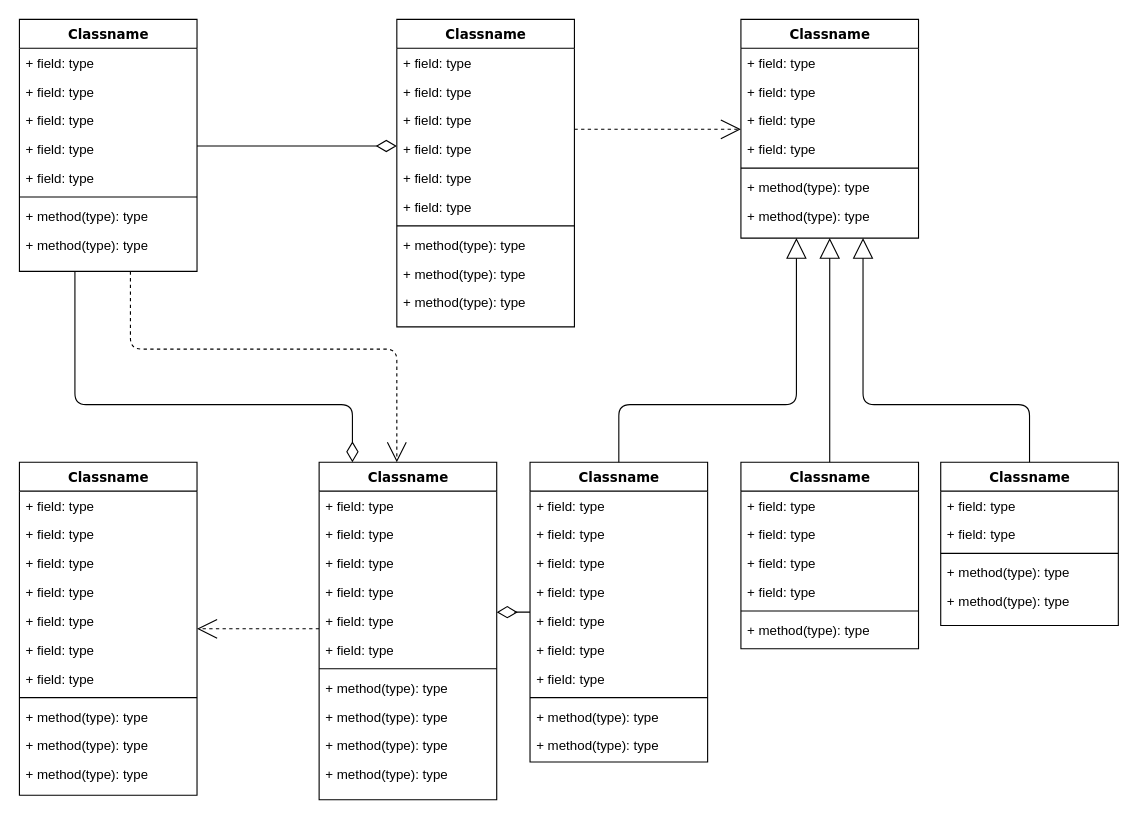
This is 未命名绘图.drawio from atom123/Draw, a draw.io file, before an edit. Source tidied: cells renumbered, new cells numbered last; positions are measured from the earlier drawing's top-left corner, leaving out a move shared by most shapes. Both pictures are drawn from the tidied source at 111%, with x=0, y=0 at pixel (19, 19).
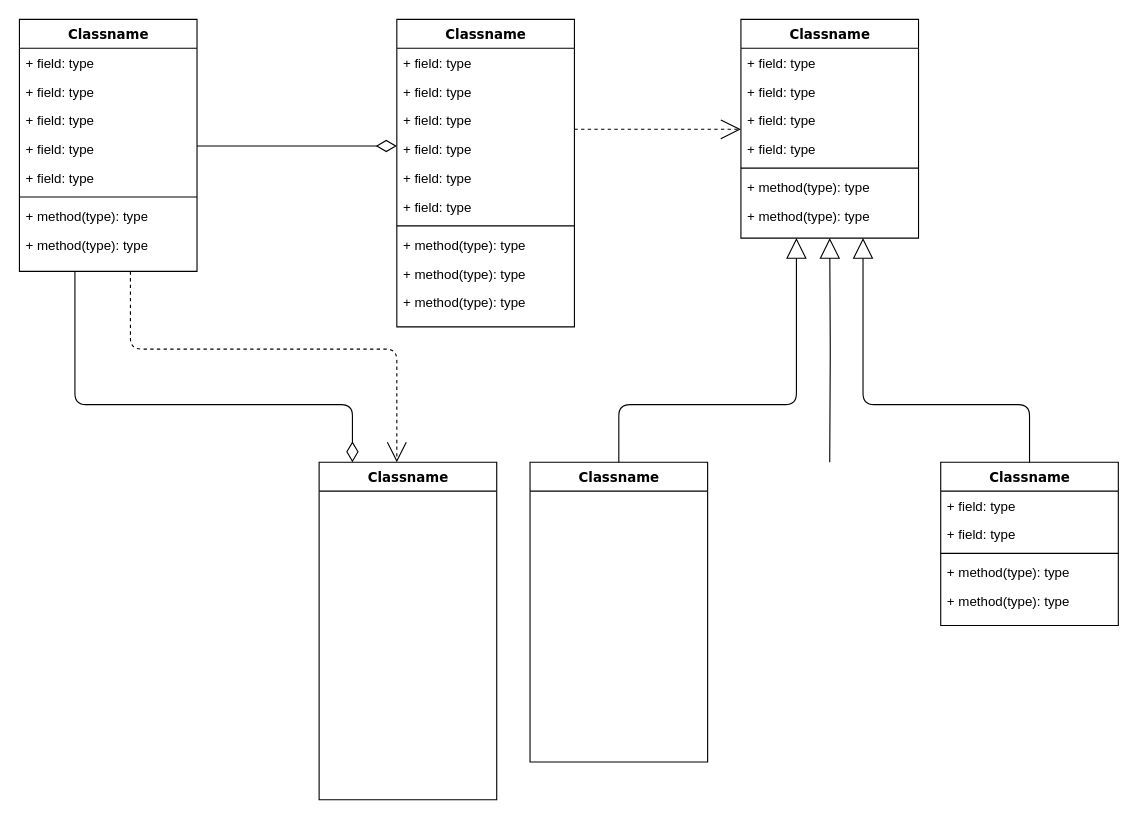
The same diagram, later.

Commit message:
Update 未命名绘图.drawio

Unchanged cells that the change refers to:
```xml
<mxCell id="25" value="Classname" style="swimlane;html=1;fontStyle=1;align=center;verticalAlign=top;horizontal=1;startSize=26;swimlaneFillColor=#ffffff;rounded=0;shadow=0;comic=0;labelBackgroundColor=none;strokeWidth=1;fillColor=none;fontFamily=Verdana;fontSize=12;" parent="1" vertex="1">
  <mxGeometry x="650" width="160" height="197" as="geometry" />
</mxCell>
<mxCell id="47" value="Classname" style="swimlane;html=1;fontStyle=1;align=center;verticalAlign=top;horizontal=1;startSize=26;swimlaneFillColor=#ffffff;rounded=0;shadow=0;comic=0;labelBackgroundColor=none;strokeWidth=1;fillColor=none;fontFamily=Verdana;fontSize=12;" parent="1" vertex="1">
  <mxGeometry x="270" y="399" width="160" height="304" as="geometry" />
</mxCell>
<mxCell id="60" value="Classname" style="swimlane;html=1;fontStyle=1;align=center;verticalAlign=top;horizontal=1;startSize=26;swimlaneFillColor=#ffffff;rounded=0;shadow=0;comic=0;labelBackgroundColor=none;strokeWidth=1;fillColor=none;fontFamily=Verdana;fontSize=12;" parent="1" vertex="1">
  <mxGeometry x="460" y="399" width="160" height="270" as="geometry" />
</mxCell>
```

Diff of the diagram source:
```diff
@@
-    <mxCell id="33" style="edgeStyle=elbowEdgeStyle;html=1;labelBackgroundColor=none;startFill=0;startSize=8;endArrow=open;endFill=0;endSize=16;fontFamily=Verdana;fontSize=12;elbow=vertical;dashed=1;" parent="1" edge="1" source="47" target="34">
-      <mxGeometry relative="1" as="geometry" />
-    </mxCell>
-    <mxCell id="34" value="Classname" style="swimlane;html=1;fontStyle=1;align=center;verticalAlign=top;horizontal=1;startSize=26;swimlaneFillColor=#ffffff;rounded=0;shadow=0;comic=0;labelBackgroundColor=none;strokeWidth=1;fillColor=none;fontFamily=Verdana;fontSize=12;" parent="1" vertex="1">
-      <mxGeometry y="399" width="160" height="300" as="geometry" />
-    </mxCell>
-    <mxCell id="35" value="+ field: type" style="text;html=1;strokeColor=none;fillColor=none;align=left;verticalAlign=top;spacingLeft=4;spacingRight=4;whiteSpace=wrap;overflow=hidden;" parent="34" vertex="1">
-      <mxGeometry y="26" width="160" height="26" as="geometry" />
-    </mxCell>
-    <mxCell id="36" value="+ field: type" style="text;html=1;strokeColor=none;fillColor=none;align=left;verticalAlign=top;spacingLeft=4;spacingRight=4;whiteSpace=wrap;overflow=hidden;" parent="34" vertex="1">
-      <mxGeometry y="52" width="160" height="26" as="geometry" />
-    </mxCell>
-    <mxCell id="37" value="+ field: type" style="text;html=1;strokeColor=none;fillColor=none;align=left;verticalAlign=top;spacingLeft=4;spacingRight=4;whiteSpace=wrap;overflow=hidden;" parent="34" vertex="1">
-      <mxGeometry y="78" width="160" height="26" as="geometry" />
-    </mxCell>
-    <mxCell id="38" value="+ field: type" style="text;html=1;strokeColor=none;fillColor=none;align=left;verticalAlign=top;spacingLeft=4;spacingRight=4;whiteSpace=wrap;overflow=hidden;" parent="34" vertex="1">
-      <mxGeometry y="104" width="160" height="26" as="geometry" />
-    </mxCell>
-    <mxCell id="39" value="+ field: type" style="text;html=1;strokeColor=none;fillColor=none;align=left;verticalAlign=top;spacingLeft=4;spacingRight=4;whiteSpace=wrap;overflow=hidden;" parent="34" vertex="1">
-      <mxGeometry y="130" width="160" height="26" as="geometry" />
-    </mxCell>
-    <mxCell id="40" value="+ field: type" style="text;html=1;strokeColor=none;fillColor=none;align=left;verticalAlign=top;spacingLeft=4;spacingRight=4;whiteSpace=wrap;overflow=hidden;" parent="34" vertex="1">
-      <mxGeometry y="156" width="160" height="26" as="geometry" />
-    </mxCell>
-    <mxCell id="41" value="+ field: type" style="text;html=1;strokeColor=none;fillColor=none;align=left;verticalAlign=top;spacingLeft=4;spacingRight=4;whiteSpace=wrap;overflow=hidden;" parent="34" vertex="1">
-      <mxGeometry y="182" width="160" height="26" as="geometry" />
-    </mxCell>
-    <mxCell id="42" style="line;html=1;strokeWidth=1;fillColor=none;align=left;verticalAlign=middle;spacingTop=-1;spacingLeft=3;spacingRight=3;labelPosition=right;" parent="34" vertex="1">
-      <mxGeometry y="208" width="160" height="8" as="geometry" />
-    </mxCell>
-    <mxCell id="43" value="+ method(type): type" style="text;html=1;strokeColor=none;fillColor=none;align=left;verticalAlign=top;spacingLeft=4;spacingRight=4;whiteSpace=wrap;overflow=hidden;" parent="34" vertex="1">
-      <mxGeometry y="216" width="160" height="26" as="geometry" />
-    </mxCell>
-    <mxCell id="44" value="+ method(type): type" style="text;html=1;strokeColor=none;fillColor=none;align=left;verticalAlign=top;spacingLeft=4;spacingRight=4;whiteSpace=wrap;overflow=hidden;" parent="34" vertex="1">
-      <mxGeometry y="242" width="160" height="26" as="geometry" />
-    </mxCell>
-    <mxCell id="45" value="+ method(type): type" style="text;html=1;strokeColor=none;fillColor=none;align=left;verticalAlign=top;spacingLeft=4;spacingRight=4;whiteSpace=wrap;overflow=hidden;" parent="34" vertex="1">
-      <mxGeometry y="268" width="160" height="26" as="geometry" />
-    </mxCell>
-    <mxCell id="46" style="edgeStyle=elbowEdgeStyle;html=1;labelBackgroundColor=none;startFill=0;startSize=8;endArrow=diamondThin;endFill=0;endSize=16;fontFamily=Verdana;fontSize=12;elbow=vertical;" parent="1" edge="1" source="60" target="47">
-      <mxGeometry relative="1" as="geometry" />
-    </mxCell>
@@
-    <mxCell id="48" value="+ field: type" style="text;html=1;strokeColor=none;fillColor=none;align=left;verticalAlign=top;spacingLeft=4;spacingRight=4;whiteSpace=wrap;overflow=hidden;" parent="47" vertex="1">
-      <mxGeometry y="26" width="160" height="26" as="geometry" />
-    </mxCell>
-    <mxCell id="49" value="+ field: type" style="text;html=1;strokeColor=none;fillColor=none;align=left;verticalAlign=top;spacingLeft=4;spacingRight=4;whiteSpace=wrap;overflow=hidden;" parent="47" vertex="1">
-      <mxGeometry y="52" width="160" height="26" as="geometry" />
-    </mxCell>
-    <mxCell id="50" value="+ field: type" style="text;html=1;strokeColor=none;fillColor=none;align=left;verticalAlign=top;spacingLeft=4;spacingRight=4;whiteSpace=wrap;overflow=hidden;" parent="47" vertex="1">
-      <mxGeometry y="78" width="160" height="26" as="geometry" />
-    </mxCell>
-    <mxCell id="51" value="+ field: type" style="text;html=1;strokeColor=none;fillColor=none;align=left;verticalAlign=top;spacingLeft=4;spacingRight=4;whiteSpace=wrap;overflow=hidden;" parent="47" vertex="1">
-      <mxGeometry y="104" width="160" height="26" as="geometry" />
-    </mxCell>
-    <mxCell id="52" value="+ field: type" style="text;html=1;strokeColor=none;fillColor=none;align=left;verticalAlign=top;spacingLeft=4;spacingRight=4;whiteSpace=wrap;overflow=hidden;" parent="47" vertex="1">
-      <mxGeometry y="130" width="160" height="26" as="geometry" />
-    </mxCell>
-    <mxCell id="53" value="+ field: type" style="text;html=1;strokeColor=none;fillColor=none;align=left;verticalAlign=top;spacingLeft=4;spacingRight=4;whiteSpace=wrap;overflow=hidden;" parent="47" vertex="1">
-      <mxGeometry y="156" width="160" height="26" as="geometry" />
-    </mxCell>
-    <mxCell id="54" style="line;html=1;strokeWidth=1;fillColor=none;align=left;verticalAlign=middle;spacingTop=-1;spacingLeft=3;spacingRight=3;labelPosition=right;" parent="47" vertex="1">
-      <mxGeometry y="182" width="160" height="8" as="geometry" />
-    </mxCell>
-    <mxCell id="55" value="+ method(type): type" style="text;html=1;strokeColor=none;fillColor=none;align=left;verticalAlign=top;spacingLeft=4;spacingRight=4;whiteSpace=wrap;overflow=hidden;" parent="47" vertex="1">
-      <mxGeometry y="190" width="160" height="26" as="geometry" />
-    </mxCell>
-    <mxCell id="56" value="+ method(type): type" style="text;html=1;strokeColor=none;fillColor=none;align=left;verticalAlign=top;spacingLeft=4;spacingRight=4;whiteSpace=wrap;overflow=hidden;" parent="47" vertex="1">
-      <mxGeometry y="216" width="160" height="26" as="geometry" />
-    </mxCell>
-    <mxCell id="57" value="+ method(type): type" style="text;html=1;strokeColor=none;fillColor=none;align=left;verticalAlign=top;spacingLeft=4;spacingRight=4;whiteSpace=wrap;overflow=hidden;" parent="47" vertex="1">
-      <mxGeometry y="242" width="160" height="26" as="geometry" />
-    </mxCell>
-    <mxCell id="58" value="+ method(type): type" style="text;html=1;strokeColor=none;fillColor=none;align=left;verticalAlign=top;spacingLeft=4;spacingRight=4;whiteSpace=wrap;overflow=hidden;" parent="47" vertex="1">
-      <mxGeometry y="268" width="160" height="26" as="geometry" />
-    </mxCell>
@@
-    <mxCell id="61" value="+ field: type" style="text;html=1;strokeColor=none;fillColor=none;align=left;verticalAlign=top;spacingLeft=4;spacingRight=4;whiteSpace=wrap;overflow=hidden;" parent="60" vertex="1">
-      <mxGeometry y="26" width="160" height="26" as="geometry" />
-    </mxCell>
-    <mxCell id="62" value="+ field: type" style="text;html=1;strokeColor=none;fillColor=none;align=left;verticalAlign=top;spacingLeft=4;spacingRight=4;whiteSpace=wrap;overflow=hidden;" parent="60" vertex="1">
-      <mxGeometry y="52" width="160" height="26" as="geometry" />
-    </mxCell>
-    <mxCell id="63" value="+ field: type" style="text;html=1;strokeColor=none;fillColor=none;align=left;verticalAlign=top;spacingLeft=4;spacingRight=4;whiteSpace=wrap;overflow=hidden;" parent="60" vertex="1">
-      <mxGeometry y="78" width="160" height="26" as="geometry" />
-    </mxCell>
-    <mxCell id="64" value="+ field: type" style="text;html=1;strokeColor=none;fillColor=none;align=left;verticalAlign=top;spacingLeft=4;spacingRight=4;whiteSpace=wrap;overflow=hidden;" parent="60" vertex="1">
-      <mxGeometry y="104" width="160" height="26" as="geometry" />
-    </mxCell>
-    <mxCell id="65" value="+ field: type" style="text;html=1;strokeColor=none;fillColor=none;align=left;verticalAlign=top;spacingLeft=4;spacingRight=4;whiteSpace=wrap;overflow=hidden;" parent="60" vertex="1">
-      <mxGeometry y="130" width="160" height="26" as="geometry" />
-    </mxCell>
-    <mxCell id="66" value="+ field: type" style="text;html=1;strokeColor=none;fillColor=none;align=left;verticalAlign=top;spacingLeft=4;spacingRight=4;whiteSpace=wrap;overflow=hidden;" parent="60" vertex="1">
-      <mxGeometry y="156" width="160" height="26" as="geometry" />
-    </mxCell>
-    <mxCell id="67" value="+ field: type" style="text;html=1;strokeColor=none;fillColor=none;align=left;verticalAlign=top;spacingLeft=4;spacingRight=4;whiteSpace=wrap;overflow=hidden;" parent="60" vertex="1">
-      <mxGeometry y="182" width="160" height="26" as="geometry" />
-    </mxCell>
-    <mxCell id="68" style="line;html=1;strokeWidth=1;fillColor=none;align=left;verticalAlign=middle;spacingTop=-1;spacingLeft=3;spacingRight=3;labelPosition=right;" parent="60" vertex="1">
-      <mxGeometry y="208" width="160" height="8" as="geometry" />
-    </mxCell>
-    <mxCell id="69" value="+ method(type): type" style="text;html=1;strokeColor=none;fillColor=none;align=left;verticalAlign=top;spacingLeft=4;spacingRight=4;whiteSpace=wrap;overflow=hidden;" parent="60" vertex="1">
-      <mxGeometry y="216" width="160" height="26" as="geometry" />
-    </mxCell>
-    <mxCell id="70" value="+ method(type): type" style="text;html=1;strokeColor=none;fillColor=none;align=left;verticalAlign=top;spacingLeft=4;spacingRight=4;whiteSpace=wrap;overflow=hidden;" parent="60" vertex="1">
-      <mxGeometry y="242" width="160" height="26" as="geometry" />
-    </mxCell>
-    <mxCell id="71" style="edgeStyle=orthogonalEdgeStyle;html=1;labelBackgroundColor=none;startFill=0;startSize=8;endArrow=block;endFill=0;endSize=16;fontFamily=Verdana;fontSize=12;" parent="1" edge="1" source="72" target="25">
-      <mxGeometry relative="1" as="geometry" />
+    <mxCell id="71" style="edgeStyle=orthogonalEdgeStyle;html=1;labelBackgroundColor=none;startFill=0;startSize=8;endArrow=block;endFill=0;endSize=16;fontFamily=Verdana;fontSize=12;" parent="1" edge="1" target="25">
+      <mxGeometry relative="1" as="geometry">
+        <mxPoint x="730" y="399" as="sourcePoint" />
+      </mxGeometry>
     </mxCell>
-    <mxCell id="72" value="Classname" style="swimlane;html=1;fontStyle=1;align=center;verticalAlign=top;horizontal=1;startSize=26;swimlaneFillColor=#ffffff;rounded=0;shadow=0;comic=0;labelBackgroundColor=none;strokeWidth=1;fillColor=none;fontFamily=Verdana;fontSize=12;" parent="1" vertex="1">
-      <mxGeometry x="650" y="399" width="160" height="168" as="geometry" />
-    </mxCell>
-    <mxCell id="73" value="+ field: type" style="text;html=1;strokeColor=none;fillColor=none;align=left;verticalAlign=top;spacingLeft=4;spacingRight=4;whiteSpace=wrap;overflow=hidden;" parent="72" vertex="1">
-      <mxGeometry y="26" width="160" height="26" as="geometry" />
-    </mxCell>
-    <mxCell id="74" value="+ field: type" style="text;html=1;strokeColor=none;fillColor=none;align=left;verticalAlign=top;spacingLeft=4;spacingRight=4;whiteSpace=wrap;overflow=hidden;" parent="72" vertex="1">
-      <mxGeometry y="52" width="160" height="26" as="geometry" />
-    </mxCell>
-    <mxCell id="75" value="+ field: type" style="text;html=1;strokeColor=none;fillColor=none;align=left;verticalAlign=top;spacingLeft=4;spacingRight=4;whiteSpace=wrap;overflow=hidden;" parent="72" vertex="1">
-      <mxGeometry y="78" width="160" height="26" as="geometry" />
-    </mxCell>
-    <mxCell id="76" value="+ field: type" style="text;html=1;strokeColor=none;fillColor=none;align=left;verticalAlign=top;spacingLeft=4;spacingRight=4;whiteSpace=wrap;overflow=hidden;" parent="72" vertex="1">
-      <mxGeometry y="104" width="160" height="26" as="geometry" />
-    </mxCell>
-    <mxCell id="77" style="line;html=1;strokeWidth=1;fillColor=none;align=left;verticalAlign=middle;spacingTop=-1;spacingLeft=3;spacingRight=3;labelPosition=right;" parent="72" vertex="1">
-      <mxGeometry y="130" width="160" height="8" as="geometry" />
-    </mxCell>
-    <mxCell id="78" value="+ method(type): type" style="text;html=1;strokeColor=none;fillColor=none;align=left;verticalAlign=top;spacingLeft=4;spacingRight=4;whiteSpace=wrap;overflow=hidden;" parent="72" vertex="1">
-      <mxGeometry y="138" width="160" height="26" as="geometry" />
-    </mxCell>
```
